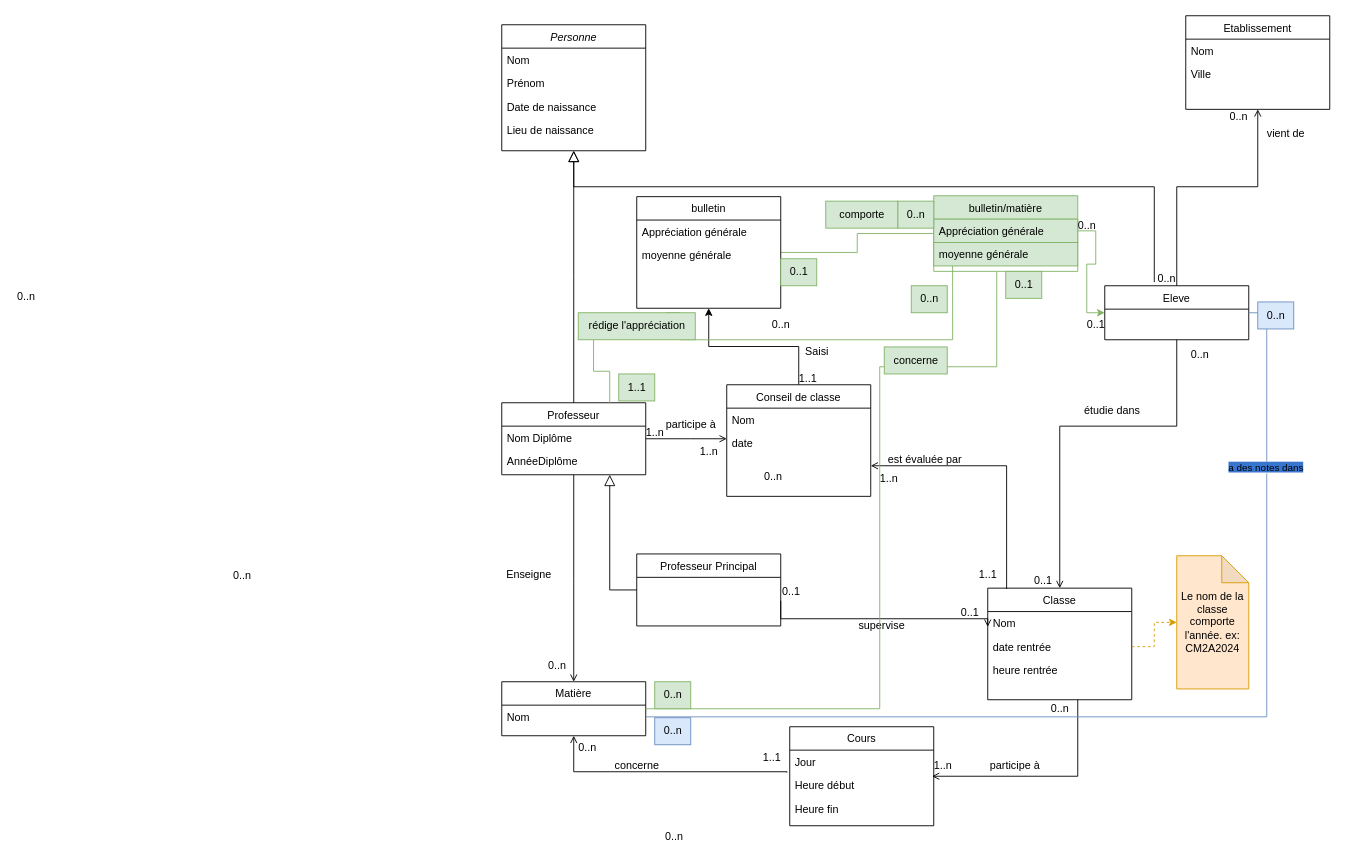
Earlier version of the draw.io diagram Les Sardines/diagrammeDeClasses.drawio (NLetenneur/UML-Introduction). Source tidied: cells renumbered, new cells numbered last; positions are measured from the earlier drawing's top-left corner, leaving out a move shared by most shapes. Both pictures are drawn from the tidied source at 90%, with x=0, y=0 at pixel (492, 15).
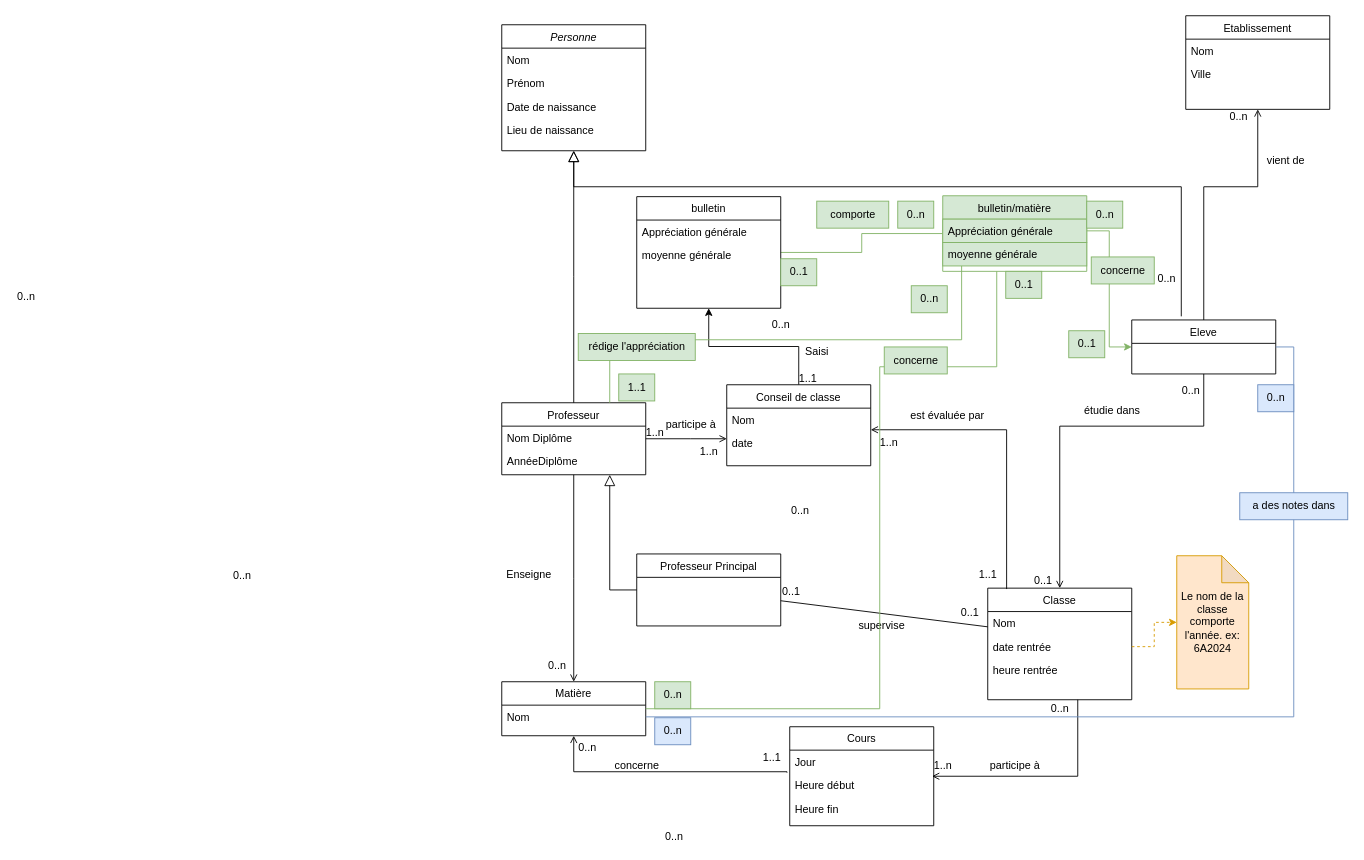
After the change.

Commit message:
Mettre à jour diagrammeDeClasses.drawio

Unchanged cells that the change refers to:
```xml
<mxCell id="9" value="Professeur" style="swimlane;fontStyle=0;align=center;verticalAlign=top;horizontal=1;startSize=26;rounded=0;shadow=0;strokeWidth=1;" parent="1" vertex="1">
  <mxGeometry x="10" y="430" width="160" height="80" as="geometry" />
</mxCell>
<mxCell id="19" style="endArrow=open;shadow=0;strokeWidth=1;rounded=0;curved=0;endFill=1;edgeStyle=elbowEdgeStyle;elbow=vertical;exitX=0.5;exitY=1;exitDx=0;exitDy=0;entryX=0.5;entryY=0;entryDx=0;entryDy=0;" parent="1" edge="1" source="9" target="17">
  <mxGeometry x="0.5" y="41" relative="1" as="geometry">
    <mxPoint x="-40" y="32" as="offset" />
  </mxGeometry>
</mxCell>
<mxCell id="25" value="Classe" style="swimlane;fontStyle=0;align=center;verticalAlign=top;horizontal=1;startSize=26;rounded=0;shadow=0;strokeWidth=1;" parent="1" vertex="1">
  <mxGeometry x="550" y="636" width="160" height="124" as="geometry" />
</mxCell>
<mxCell id="26" value="Nom" style="text;align=left;verticalAlign=top;spacingLeft=4;spacingRight=4;overflow=hidden;points=[[0,0.5],[1,0.5]];portConstraint=eastwest;" parent="25" vertex="1">
  <mxGeometry y="26" width="160" height="26" as="geometry" />
</mxCell>
<mxCell id="94" style="edgeStyle=orthogonalEdgeStyle;rounded=0;jettySize=auto;html=1;entryX=1;entryY=0.5;entryDx=0;entryDy=0;fillColor=#dae8fc;strokeColor=#6c8ebf;endArrow=none;endFill=0;" parent="1" edge="1" source="18" target="7">
  <mxGeometry relative="1" as="geometry" />
</mxCell>
```

Diff of the diagram source:
```diff
@@
     <mxCell id="7" value="Eleve" style="swimlane;fontStyle=0;align=center;verticalAlign=top;horizontal=1;startSize=26;rounded=0;shadow=0;strokeWidth=1;" parent="1" vertex="1">
-      <mxGeometry x="680" y="300" width="160" height="60" as="geometry" />
+      <mxGeometry x="710" y="338" width="160" height="60" as="geometry" />
     </mxCell>
@@
     <mxCell id="22" value="vient de" style="text;html=1;align=center;verticalAlign=middle;labelBackgroundColor=none;rounded=0;shadow=0;strokeWidth=1;fontSize=12;" parent="19" vertex="1">
       <mxGeometry x="0.5" y="49" relative="1" as="geometry">
-        <mxPoint x="741" y="-553" as="offset" />
+        <mxPoint x="741" y="-523" as="offset" />
       </mxGeometry>
     </mxCell>
@@
     <mxCell id="31" value="0..n" style="align=left;verticalAlign=bottom;labelBackgroundColor=none;fontSize=12;" parent="1" vertex="1">
-      <mxGeometry x="780" y="70" as="geometry">
+      <mxGeometry x="770" y="110" as="geometry">
         <mxPoint x="-6" y="315" as="offset" />
       </mxGeometry>
     </mxCell>
@@
-    <mxCell id="33" style="endArrow=open;shadow=0;strokeWidth=1;rounded=0;curved=0;endFill=1;edgeStyle=elbowEdgeStyle;elbow=vertical;entryX=0;entryY=0.653;entryDx=0;entryDy=0;entryPerimeter=0;" parent="1" edge="1" target="26">
+    <mxCell id="33" style="endArrow=none;shadow=0;strokeWidth=1;rounded=0;endFill=0;elbow=vertical;entryX=0;entryY=0.653;entryDx=0;entryDy=0;entryPerimeter=0;" parent="1" edge="1" target="26">
       <mxGeometry x="0.5" y="41" relative="1" as="geometry">
         <mxPoint x="320" y="650" as="sourcePoint" />
-        <Array as="points">
-          <mxPoint x="430" y="670" />
-          <mxPoint x="480" y="676" />
-        </Array>
         <mxPoint x="-40" y="32" as="offset" />
       </mxGeometry>
     </mxCell>
@@
     <mxCell id="55" value="Conseil de classe" style="swimlane;fontStyle=0;align=center;verticalAlign=top;horizontal=1;startSize=26;rounded=0;shadow=0;strokeWidth=1;" parent="1" vertex="1">
-      <mxGeometry x="260" y="410" width="160" height="124" as="geometry" />
+      <mxGeometry x="260" y="410" width="160" height="90" as="geometry" />
     </mxCell>
@@
     <mxCell id="58" style="endArrow=open;shadow=0;strokeWidth=1;rounded=0;curved=0;endFill=1;edgeStyle=elbowEdgeStyle;elbow=vertical;exitX=0.131;exitY=0.008;exitDx=0;exitDy=0;exitPerimeter=0;" parent="1" edge="1" source="25">
       <mxGeometry x="0.5" y="41" relative="1" as="geometry">
-        <mxPoint x="420" y="500" as="targetPoint" />
+        <mxPoint x="420" y="460" as="targetPoint" />
         <Array as="points">
-          <mxPoint x="510" y="500" />
+          <mxPoint x="510" y="460" />
           <mxPoint x="690" y="856" />
         </Array>
         <mxPoint x="-40" y="32" as="offset" />
       </mxGeometry>
     </mxCell>
@@
     <mxCell id="60" value="1..n" style="text;html=1;align=center;verticalAlign=middle;strokeColor=none;fillColor=none;" parent="1" vertex="1">
-      <mxGeometry x="420" y="500" width="40" height="30" as="geometry" />
+      <mxGeometry x="420" y="460" width="40" height="30" as="geometry" />
     </mxCell>
     <mxCell id="61" value="est évaluée par" style="text;html=1;align=center;verticalAlign=middle;strokeColor=none;fillColor=none;" parent="1" vertex="1">
-      <mxGeometry x="425" y="478" width="110" height="30" as="geometry" />
+      <mxGeometry x="450" y="430" width="110" height="30" as="geometry" />
     </mxCell>
@@
     <mxCell id="75" value="bulletin/matière" style="swimlane;fontStyle=0;align=center;verticalAlign=top;horizontal=1;startSize=26;rounded=0;shadow=0;strokeWidth=1;fillColor=#d5e8d4;strokeColor=#82b366;" parent="1" vertex="1">
-      <mxGeometry x="490" y="200" width="160" height="84" as="geometry" />
+      <mxGeometry x="500" y="200" width="160" height="84" as="geometry" />
     </mxCell>
@@
     <mxCell id="85" value="comporte" style="text;html=1;align=center;verticalAlign=middle;strokeColor=#82b366;fillColor=#d5e8d4;" parent="1" vertex="1">
-      <mxGeometry x="370" y="206" width="80" height="30" as="geometry" />
+      <mxGeometry x="360" y="206" width="80" height="30" as="geometry" />
     </mxCell>
@@
-    <mxCell id="87" style="edgeStyle=orthogonalEdgeStyle;rounded=0;jettySize=auto;html=1;exitX=0.75;exitY=0;exitDx=0;exitDy=0;entryX=0.131;entryY=1;entryDx=0;entryDy=0;entryPerimeter=0;fillColor=#d5e8d4;strokeColor=#82b366;endArrow=none;endFill=0;" parent="1" edge="1" source="9" target="88">
-      <mxGeometry relative="1" as="geometry" />
+    <mxCell id="87" style="rounded=0;jettySize=auto;html=1;exitX=0.75;exitY=0;exitDx=0;exitDy=0;fillColor=#d5e8d4;strokeColor=#82b366;endArrow=none;endFill=0;" parent="1" edge="1" source="9">
+      <mxGeometry relative="1" as="geometry">
+        <mxPoint x="130" y="380" as="targetPoint" />
+      </mxGeometry>
     </mxCell>
     <mxCell id="88" value="rédige l'appréciation" style="text;html=1;align=center;verticalAlign=middle;points=[];strokeColor=#82b366;fillColor=#d5e8d4;" parent="1" vertex="1">
-      <mxGeometry x="95" y="330" width="130" height="30" as="geometry" />
+      <mxGeometry x="95" y="353" width="130" height="30" as="geometry" />
     </mxCell>
-    <mxCell id="89" value="Le nom de la classe comporte l'année. ex: CM2A2024" style="shape=note;whiteSpace=wrap;html=1;backgroundOutline=1;darkOpacity=0.05;fillColor=#ffe6cc;strokeColor=#d79b00;" parent="1" vertex="1">
+    <mxCell id="89" value="Le nom de la classe comporte l'année. ex: 6A2024" style="shape=note;whiteSpace=wrap;html=1;backgroundOutline=1;darkOpacity=0.05;fillColor=#ffe6cc;strokeColor=#d79b00;" parent="1" vertex="1">
       <mxGeometry x="760" y="600" width="80" height="148" as="geometry" />
     </mxCell>
@@
-    <mxCell id="92" value="0..n" style="text;html=1;align=center;verticalAlign=middle;strokeColor=none;fillColor=none;" parent="1" vertex="1">
-      <mxGeometry x="640" y="218" width="40" height="30" as="geometry" />
+    <mxCell id="92" value="0..n" style="text;html=1;align=center;verticalAlign=middle;strokeColor=#82b366;fillColor=#d5e8d4;" parent="1" vertex="1">
+      <mxGeometry x="660" y="206" width="40" height="30" as="geometry" />
     </mxCell>
-    <mxCell id="93" value="0..1" style="text;html=1;align=center;verticalAlign=middle;strokeColor=none;fillColor=none;" parent="1" vertex="1">
-      <mxGeometry x="650" y="328" width="40" height="30" as="geometry" />
+    <mxCell id="93" value="0..1" style="text;html=1;align=center;verticalAlign=middle;strokeColor=#82b366;fillColor=#d5e8d4;" parent="1" vertex="1">
+      <mxGeometry x="640" y="350" width="40" height="30" as="geometry" />
     </mxCell>
@@
-    <mxCell id="95" value="&lt;span style=&quot;background-color: rgb(56, 117, 207);&quot;&gt;a des notes dans&lt;/span&gt;" style="edgeLabel;html=1;align=center;verticalAlign=middle;" parent="94" vertex="1">
-      <mxGeometry x="0.67" y="2" relative="1" as="geometry" />
-    </mxCell>
@@
     <mxCell id="97" value="0..n" style="text;html=1;align=center;verticalAlign=middle;strokeColor=#6c8ebf;fillColor=#dae8fc;" parent="1" vertex="1">
-      <mxGeometry x="850" y="318" width="40" height="30" as="geometry" />
+      <mxGeometry x="850" y="410" width="40" height="30" as="geometry" />
     </mxCell>
+    <mxCell id="98" value="concerne" style="text;html=1;align=center;verticalAlign=middle;strokeColor=#82b366;fillColor=#d5e8d4;" parent="1" vertex="1">
+      <mxGeometry x="665" y="268" width="70" height="30" as="geometry" />
+    </mxCell>
+    <mxCell id="95" value="a des notes dans" style="text;html=1;align=center;verticalAlign=middle;strokeColor=#6c8ebf;fillColor=#dae8fc;" parent="1" vertex="1">
+      <mxGeometry x="830" y="530" width="120" height="30" as="geometry" />
+    </mxCell>
```
